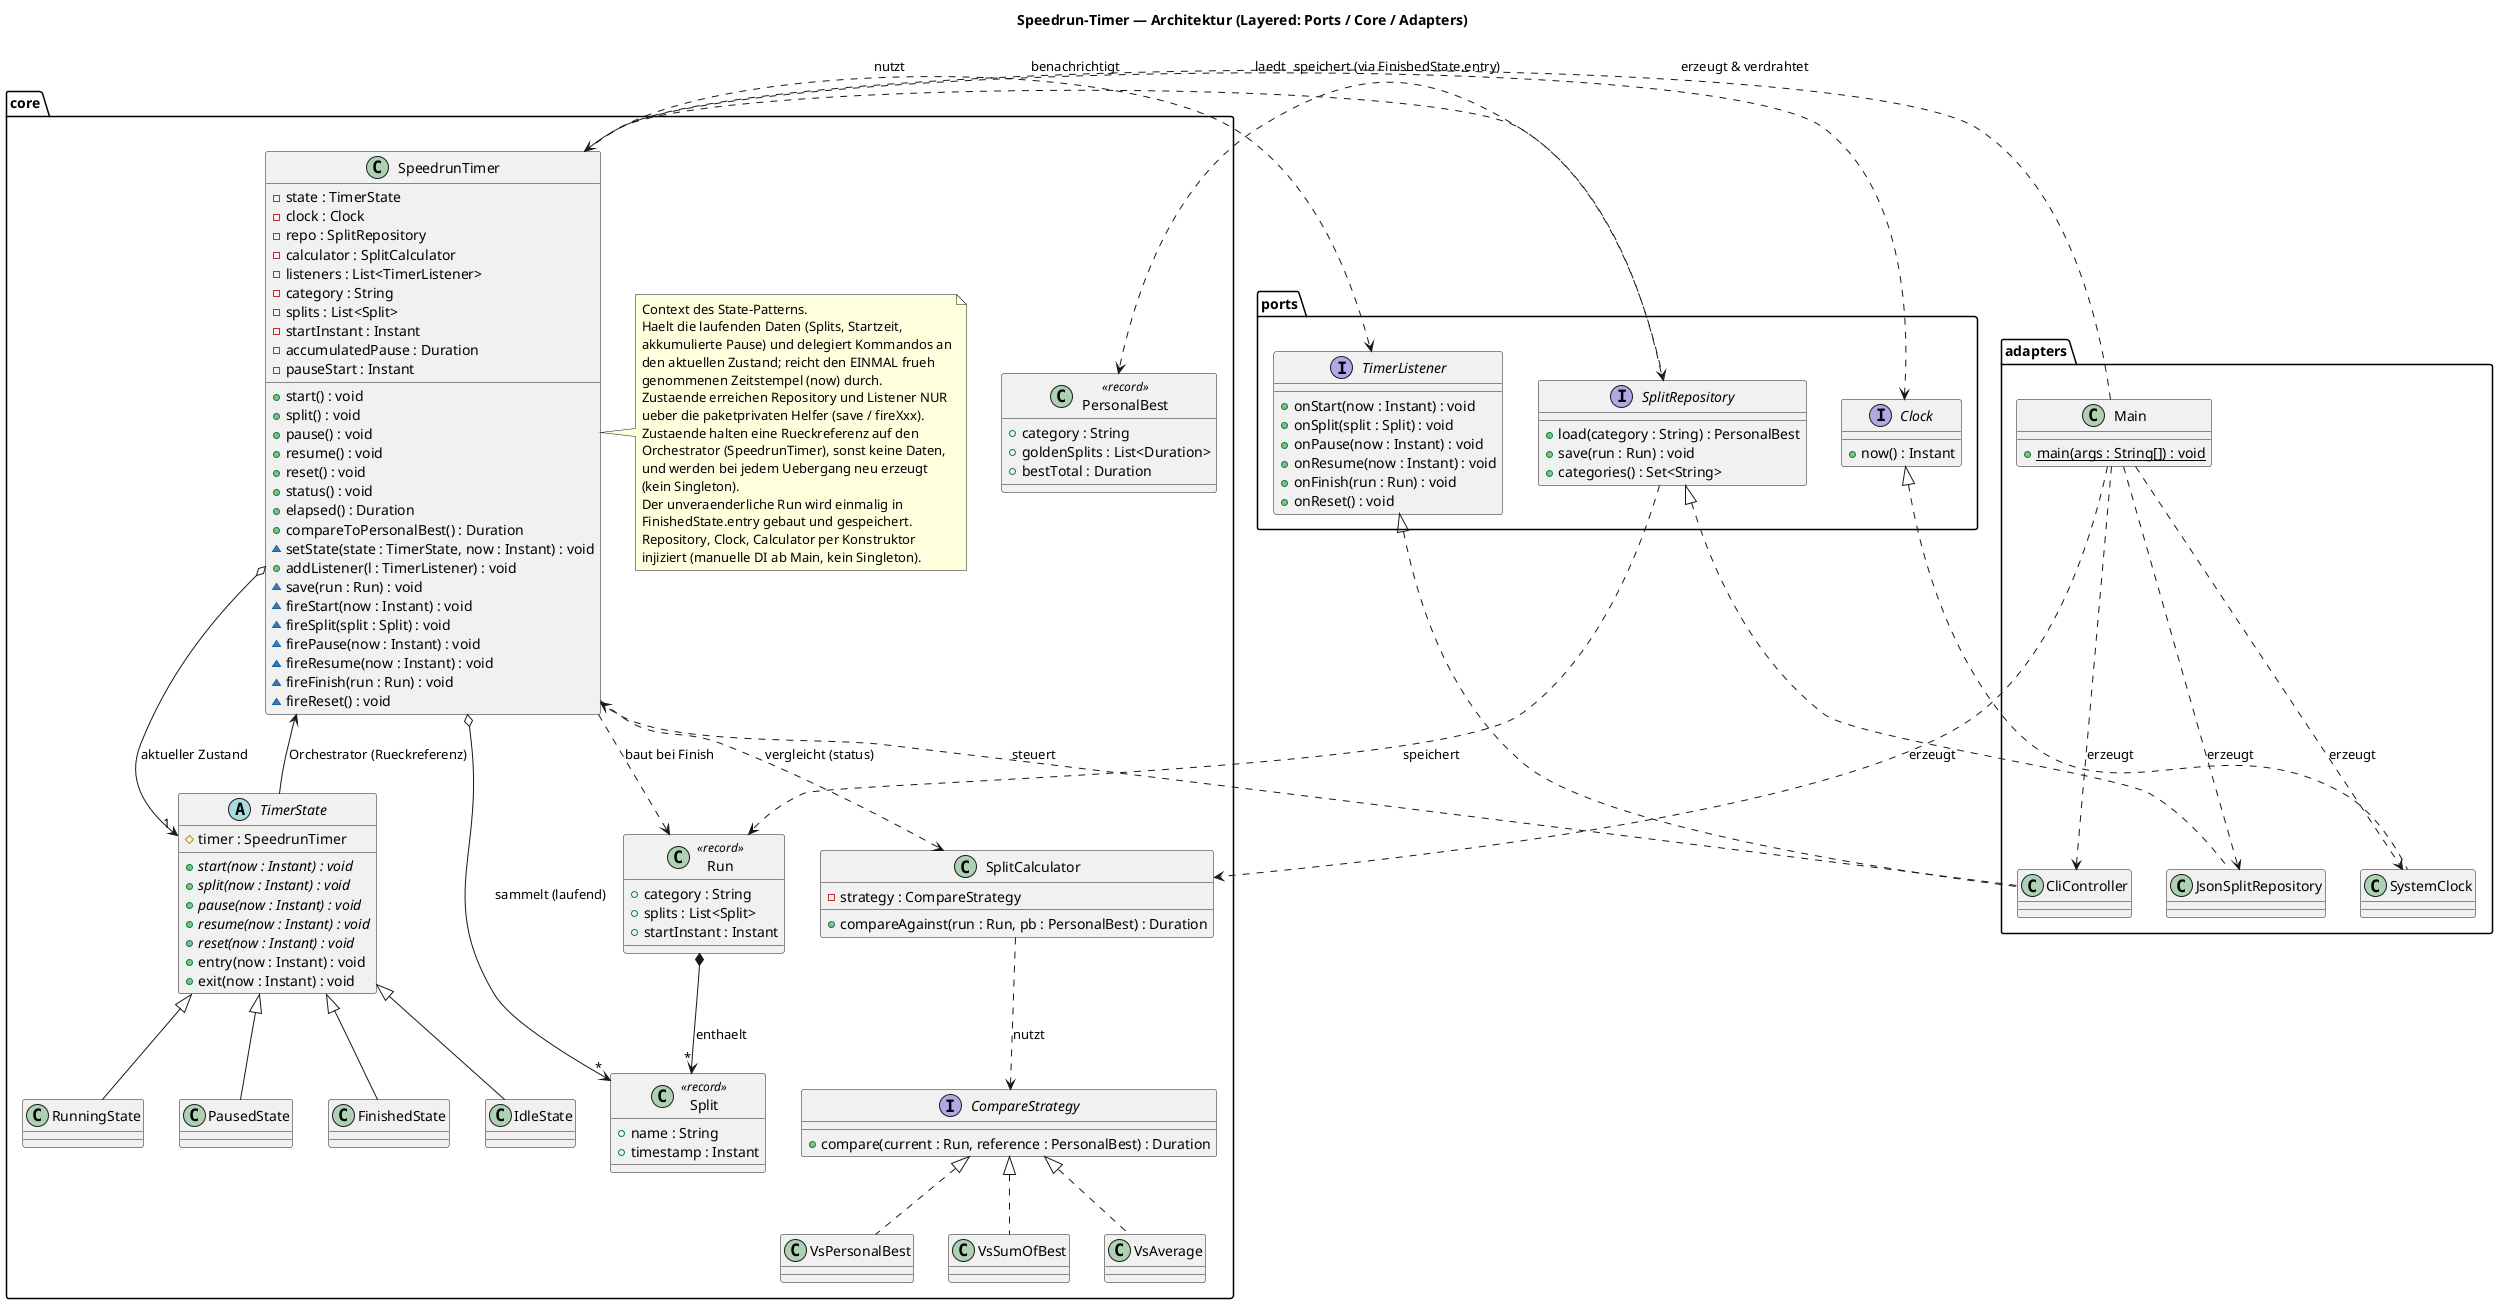
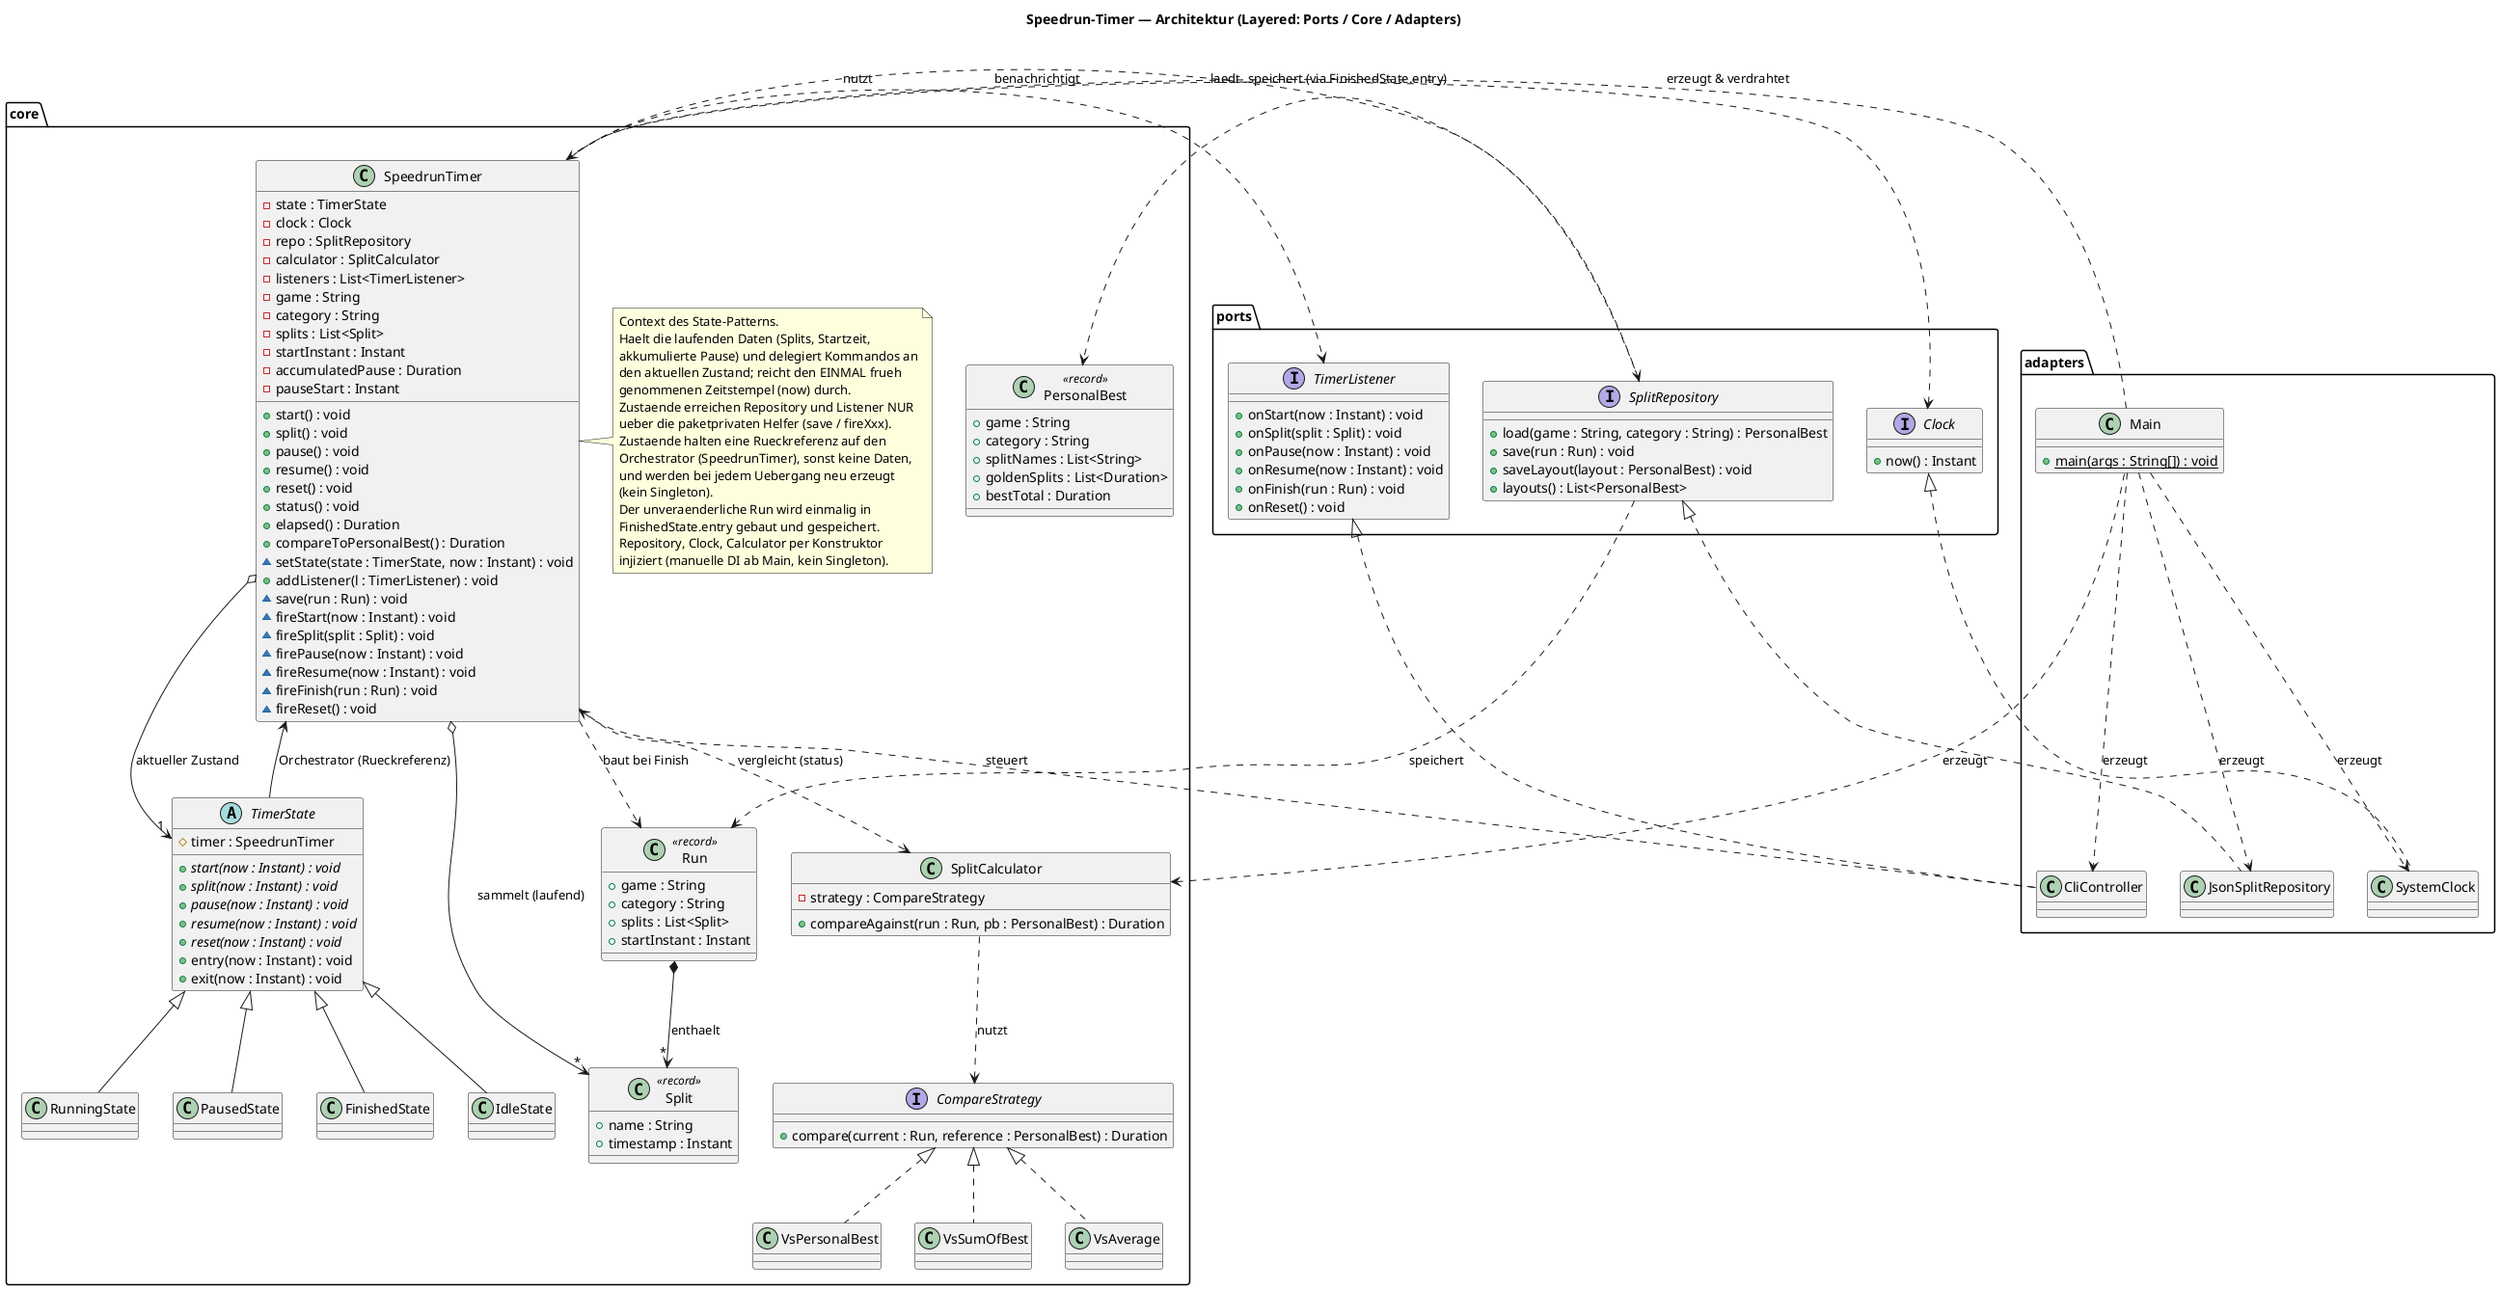
@startuml SpeedrunTimerArchitecture
title Speedrun-Timer — Architektur (Layered: Ports / Core / Adapters)

' Layer: dependencies point inward only — Adapters --> Ports <-- Core.
' CompareStrategy is NOT a port: it has no external adapter, all
' implementations are domain logic and live in the Core.

' ============ PORTS (Interfaces, vom Core besessen) ============
package ports {
  interface Clock {
    + now() : Instant
  }

  interface SplitRepository {
-     + load(category : String) : PersonalBest
+     + load(game : String, category : String) : PersonalBest
    + save(run : Run) : void
-     + categories() : Set<String>
+     + saveLayout(layout : PersonalBest) : void
+     + layouts() : List<PersonalBest>
  }

  interface TimerListener {
    + onStart(now : Instant) : void
    + onSplit(split : Split) : void
    + onPause(now : Instant) : void
    + onResume(now : Instant) : void
    + onFinish(run : Run) : void
    + onReset() : void
  }
}

' ============ CORE (Domaene + Logik, keine Abhaengigkeit nach aussen) ============
package core {

  ' ---- Context des State-Patterns ----
  class SpeedrunTimer {
    - state : TimerState
    - clock : Clock
    - repo : SplitRepository
    - calculator : SplitCalculator
    - listeners : List<TimerListener>
+     - game : String
    - category : String
    - splits : List<Split>
    - startInstant : Instant
    - accumulatedPause : Duration
    - pauseStart : Instant
    + start() : void
    + split() : void
    + pause() : void
    + resume() : void
    + reset() : void
    + status() : void
    + elapsed() : Duration
    + compareToPersonalBest() : Duration
    ~ setState(state : TimerState, now : Instant) : void
    + addListener(l : TimerListener) : void
    ~ save(run : Run) : void
    ~ fireStart(now : Instant) : void
    ~ fireSplit(split : Split) : void
    ~ firePause(now : Instant) : void
    ~ fireResume(now : Instant) : void
    ~ fireFinish(run : Run) : void
    ~ fireReset() : void
  }

  note right of SpeedrunTimer
    Context des State-Patterns.
    Haelt die laufenden Daten (Splits, Startzeit,
    akkumulierte Pause) und delegiert Kommandos an
    den aktuellen Zustand; reicht den EINMAL frueh
    genommenen Zeitstempel (now) durch.
    Zustaende erreichen Repository und Listener NUR
    ueber die paketprivaten Helfer (save / fireXxx).
    Zustaende halten eine Rueckreferenz auf den
    Orchestrator (SpeedrunTimer), sonst keine Daten,
    und werden bei jedem Uebergang neu erzeugt
    (kein Singleton).
    Der unveraenderliche Run wird einmalig in
    FinishedState.entry gebaut und gespeichert.
    Repository, Clock, Calculator per Konstruktor
    injiziert (manuelle DI ab Main, kein Singleton).
  end note

  ' ---- State-Pattern ----
  abstract class TimerState {
    # timer : SpeedrunTimer
    + {abstract} start(now : Instant) : void
    + {abstract} split(now : Instant) : void
    + {abstract} pause(now : Instant) : void
    + {abstract} resume(now : Instant) : void
    + {abstract} reset(now : Instant) : void
    + entry(now : Instant) : void
    + exit(now : Instant) : void
  }

  class IdleState {
    ' start -> RunningState; sonst IllegalStateException
  }
  class RunningState {
    ' split, pause -> Paused, reset; entry: Startzeit merken
  }
  class PausedState {
    ' resume -> Running, reset; sonst IllegalStateException
  }
  class FinishedState {
    ' nur reset; entry: Run bauen + ueber ctx.save speichern
  }

  TimerState <|-- IdleState
  TimerState <|-- RunningState
  TimerState <|-- PausedState
  TimerState <|-- FinishedState

  ' ---- Strategy-Pattern (Domaenen-Policy, kein Port) ----
  class SplitCalculator {
    - strategy : CompareStrategy
    + compareAgainst(run : Run, pb : PersonalBest) : Duration
  }

  interface CompareStrategy {
    + compare(current : Run, reference : PersonalBest) : Duration
  }

  class VsPersonalBest
  class VsSumOfBest
  class VsAverage

  CompareStrategy <|.. VsPersonalBest
  CompareStrategy <|.. VsSumOfBest
  CompareStrategy <|.. VsAverage

  ' ---- Domain (Records, immutable) ----
  class Split <<record>> {
    + name : String
    + timestamp : Instant
  }
  class Run <<record>> {
+     + game : String
    + category : String
    + splits : List<Split>
    + startInstant : Instant
  }
  class PersonalBest <<record>> {
+     + game : String
    + category : String
+     + splitNames : List<String>
    + goldenSplits : List<Duration>
    + bestTotal : Duration
  }
}

' ============ ADAPTERS (haengen nach innen von den Ports ab) ============
package adapters {
  class JsonSplitRepository {
    ' Gson-Implementierung von SplitRepository
  }
  class SystemClock {
    ' Instant.now()
  }
  class CliController {
+     ' waehlt/konfiguriert die Route (Spiel, Kategorie,
+     ' Split-Namen) und persistiert neue per saveLayout,
    ' liest Kommandos, ruft SpeedrunTimer auf,
    ' implementiert TimerListener fuer die Ausgabe
  }
  class Main {
    ' Composition Root: erzeugt SystemClock,
    ' JsonSplitRepository, SplitCalculator, SpeedrunTimer,
    ' CliController und verdrahtet sie (manuelle DI)
    + {static} main(args : String[]) : void
  }
}

' ============ BEZIEHUNGEN ============
SpeedrunTimer o--> "1" TimerState : aktueller Zustand
TimerState --> SpeedrunTimer : Orchestrator (Rueckreferenz)
SpeedrunTimer ..> Clock : nutzt
SpeedrunTimer ..> TimerListener : benachrichtigt
SpeedrunTimer ..> SplitRepository : speichert (via FinishedState.entry)
SpeedrunTimer ..> SplitCalculator : vergleicht (status)
SpeedrunTimer o--> "*" Split : sammelt (laufend)
SpeedrunTimer ..> Run : baut bei Finish

SplitCalculator ..> CompareStrategy : nutzt

SplitRepository ..> Run : speichert
SplitRepository ..> PersonalBest : laedt
Run *--> "*" Split : enthaelt

SplitRepository <|.. JsonSplitRepository
Clock <|.. SystemClock
TimerListener <|.. CliController
CliController ..> SpeedrunTimer : steuert

Main ..> SpeedrunTimer : erzeugt & verdrahtet
Main ..> JsonSplitRepository : erzeugt
Main ..> SystemClock : erzeugt
Main ..> SplitCalculator : erzeugt
Main ..> CliController : erzeugt

@enduml
